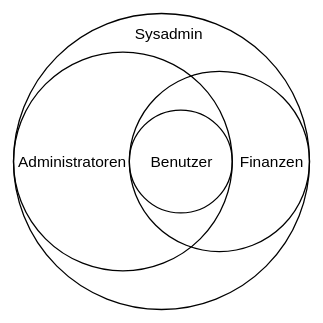
Above: attachments/Rollen.svg in Mint-System/Odoo-Wiki (draw.io), before the change. Source tidied: cells renumbered, new cells last; positions are measured from the earlier drawing's top-left corner, leaving out a move shared by most shapes.
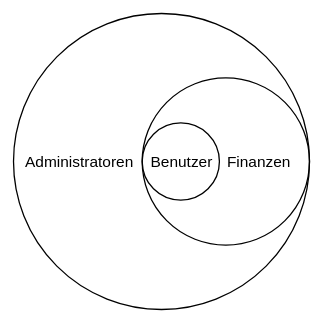
The same file after the commit.

Commit message:
vault backup: 2023-10-02 14:46:36

Change to the diagram source:
```diff
@@ -2,26 +2,20 @@
   <root>
     <mxCell id="0" />
     <mxCell id="1" parent="0" />
-    <mxCell id="2" style="ellipse;whiteSpace=wrap;html=1;fillColor=none;" parent="1" vertex="1">
-      <mxGeometry width="230" height="230" as="geometry" />
-    </mxCell>
+    <mxCell id="8" style="ellipse;whiteSpace=wrap;html=1;fillColor=none;" parent="1" vertex="1">
+      <mxGeometry x="-10" width="230" height="230" as="geometry" />
+    </mxCell>
     <mxCell id="3" style="ellipse;whiteSpace=wrap;html=1;fillColor=none;" parent="1" vertex="1">
-      <mxGeometry x="90" y="45" width="140" height="140" as="geometry" />
+      <mxGeometry x="90" y="50" width="130" height="130" as="geometry" />
     </mxCell>
     <mxCell id="4" value="Benutzer" style="ellipse;whiteSpace=wrap;html=1;fillColor=none;" parent="1" vertex="1">
-      <mxGeometry x="90" y="75" width="80" height="80" as="geometry" />
+      <mxGeometry x="90" y="85" width="60" height="60" as="geometry" />
     </mxCell>
     <mxCell id="5" value="Finanzen" style="text;html=1;strokeColor=none;fillColor=none;align=center;verticalAlign=middle;whiteSpace=wrap;rounded=0;" parent="1" vertex="1">
-      <mxGeometry x="180" y="105" width="40" height="20" as="geometry" />
+      <mxGeometry x="160" y="105" width="40" height="20" as="geometry" />
     </mxCell>
     <mxCell id="6" value="Administratoren" style="text;html=1;strokeColor=none;fillColor=none;align=center;verticalAlign=middle;whiteSpace=wrap;rounded=0;" parent="1" vertex="1">
-      <mxGeometry x="25" y="105" width="40" height="20" as="geometry" />
+      <mxGeometry x="3" y="105" width="75" height="20" as="geometry" />
     </mxCell>
-    <mxCell id="7" value="Sysadmin" style="text;html=1;strokeColor=none;fillColor=none;align=center;verticalAlign=middle;whiteSpace=wrap;rounded=0;" parent="1" vertex="1">
-      <mxGeometry x="100" y="5" width="40" height="20" as="geometry" />
-    </mxCell>
-    <mxCell id="8" style="ellipse;whiteSpace=wrap;html=1;fillColor=none;" parent="1" vertex="1">
-      <mxGeometry y="30" width="170" height="170" as="geometry" />
-    </mxCell>
   </root>
 </mxGraphModel>
```
